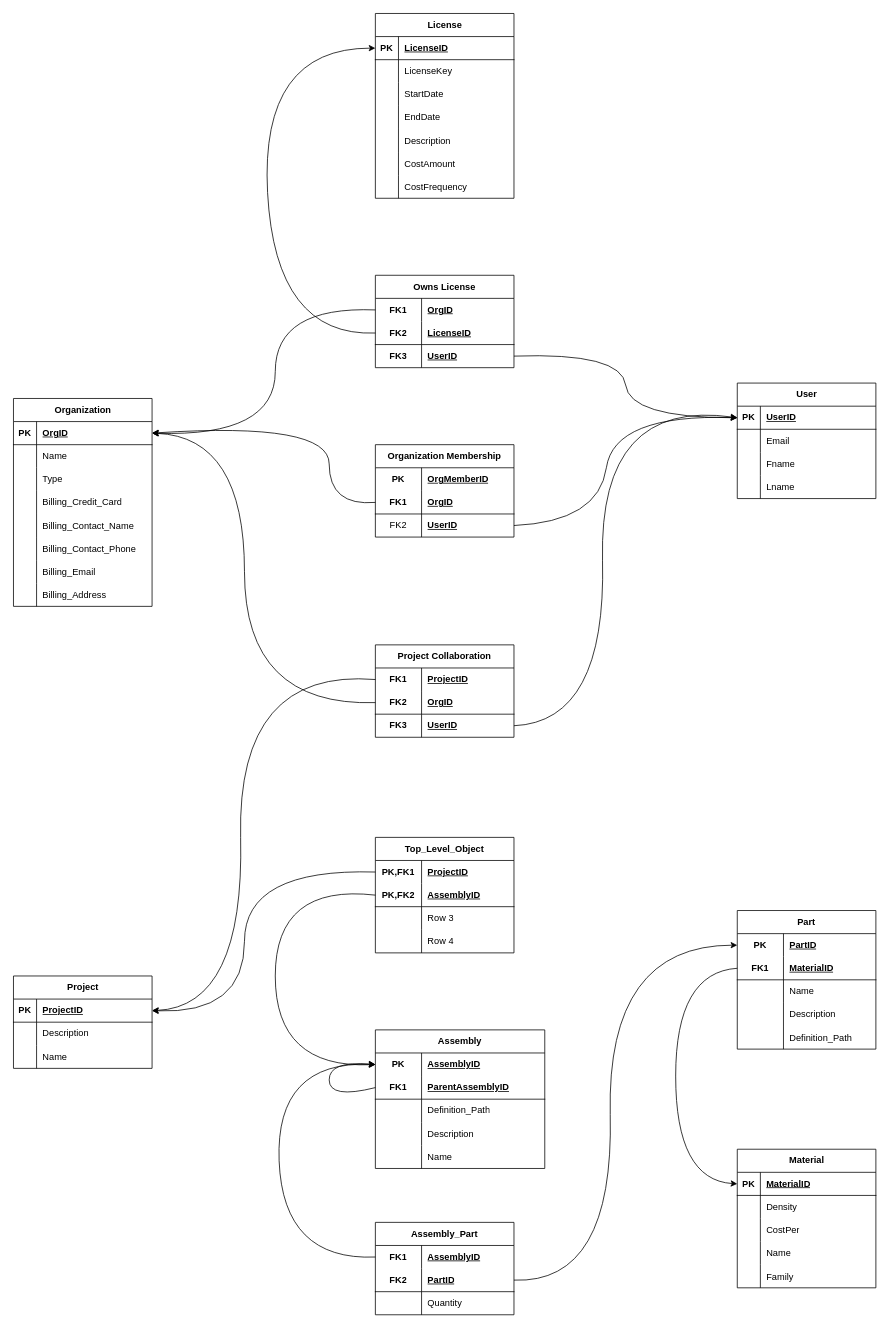
Before: page "Page-2" (2 of 2) of DBfinal.drawio in EricOrrDev/Diagrams, a draw.io diagram. Source tidied: cells renumbered, new cells numbered last; positions are measured from the earlier drawing's top-left corner, leaving out a move shared by most shapes. Both pictures are drawn from the tidied source at 77%, with x=0, y=0 at pixel (13, 13).
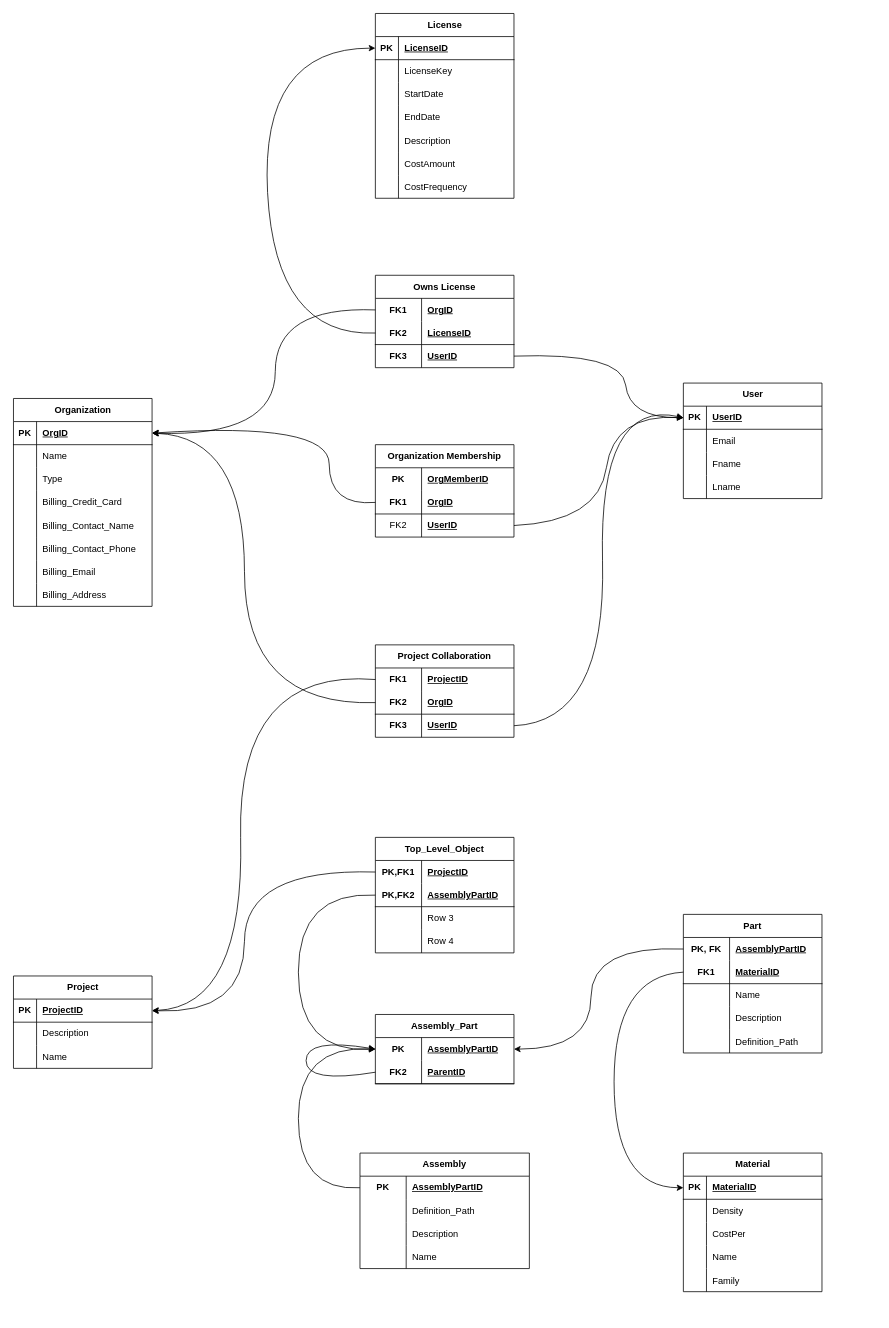
The same diagram, later.

The change refers to these unchanged cells:
```xml
<mxCell id="73" style="shape=tableRow;horizontal=0;startSize=0;swimlaneHead=0;swimlaneBody=0;fillColor=none;points=[[0,0.5],[1,0.5]];portConstraint=eastwest;top=0;left=0;right=0;bottom=1;" parent="72" vertex="1">
  <mxGeometry y="30" width="180" height="30" as="geometry" />
</mxCell>
<mxCell id="89" style="shape=tableRow;horizontal=0;startSize=0;swimlaneHead=0;swimlaneBody=0;fillColor=none;points=[[0,0.5],[1,0.5]];portConstraint=eastwest;top=0;left=0;right=0;bottom=0;html=1;" parent="88" vertex="1">
  <mxGeometry y="30" width="180" height="30" as="geometry" />
</mxCell>
<mxCell id="92" style="shape=tableRow;horizontal=0;startSize=0;swimlaneHead=0;swimlaneBody=0;fillColor=none;points=[[0,0.5],[1,0.5]];portConstraint=eastwest;top=0;left=0;right=0;bottom=1;html=1;" parent="88" vertex="1">
  <mxGeometry y="60" width="180" height="30" as="geometry" />
</mxCell>
<mxCell id="106" style="shape=tableRow;horizontal=0;startSize=0;swimlaneHead=0;swimlaneBody=0;fillColor=none;points=[[0,0.5],[1,0.5]];portConstraint=eastwest;top=0;left=0;right=0;bottom=0;html=1;" parent="105" vertex="1">
  <mxGeometry y="30" width="220" height="30" as="geometry" />
</mxCell>
<mxCell id="123" style="shape=tableRow;horizontal=0;startSize=0;swimlaneHead=0;swimlaneBody=0;fillColor=none;points=[[0,0.5],[1,0.5]];portConstraint=eastwest;top=0;left=0;right=0;bottom=0;html=1;" parent="122" vertex="1">
  <mxGeometry y="30" width="180" height="30" as="geometry" />
</mxCell>
<mxCell id="126" style="shape=tableRow;horizontal=0;startSize=0;swimlaneHead=0;swimlaneBody=0;fillColor=none;points=[[0,0.5],[1,0.5]];portConstraint=eastwest;top=0;left=0;right=0;bottom=1;html=1;" parent="122" vertex="1">
  <mxGeometry y="60" width="180" height="30" as="geometry" />
</mxCell>
<mxCell id="138" style="shape=tableRow;horizontal=0;startSize=0;swimlaneHead=0;swimlaneBody=0;fillColor=none;points=[[0,0.5],[1,0.5]];portConstraint=eastwest;top=0;left=0;right=0;bottom=1;html=1;" parent="134" vertex="1">
  <mxGeometry y="60" width="180" height="30" as="geometry" />
</mxCell>
```

Change to the diagram source:
```diff
@@
     <mxCell id="2" value="User" style="shape=table;startSize=30;childLayout=tableLayout;rowLines=0;fontStyle=1;align=center;html=1;" parent="1" vertex="1">
-      <mxGeometry x="940" y="480" width="180" height="150" as="geometry" />
+      <mxGeometry x="870" y="480" width="180" height="150" as="geometry" />
     </mxCell>
@@
     <mxCell id="72" value="Material" style="shape=table;startSize=30;childLayout=tableLayout;rowLines=0;fontStyle=1;align=center;html=1;" parent="1" vertex="1">
-      <mxGeometry x="940" y="1475" width="180" height="180" as="geometry" />
+      <mxGeometry x="870" y="1480" width="180" height="180" as="geometry" />
     </mxCell>
@@
     <mxCell id="88" value="Part" style="shape=table;startSize=30;childLayout=tableLayout;rowLines=0;fontStyle=1;align=center;html=1;whiteSpace=wrap;" parent="1" vertex="1">
-      <mxGeometry x="940" y="1165" width="180" height="180" as="geometry" />
+      <mxGeometry x="870" y="1170" width="180" height="180" as="geometry" />
     </mxCell>
@@
-    <mxCell id="90" value="PK" style="shape=partialRectangle;fillColor=none;top=0;left=0;bottom=0;right=0;fontStyle=1;overflow=hidden;html=1;whiteSpace=wrap;" parent="89" vertex="1">
+    <mxCell id="90" value="PK, FK" style="shape=partialRectangle;fillColor=none;top=0;left=0;bottom=0;right=0;fontStyle=1;overflow=hidden;html=1;whiteSpace=wrap;" parent="89" vertex="1">
       <mxGeometry width="60" height="30" as="geometry" />
     </mxCell>
-    <mxCell id="91" value="PartID" style="shape=partialRectangle;fillColor=none;top=0;left=0;bottom=0;right=0;align=left;spacingLeft=6;fontStyle=5;overflow=hidden;html=1;whiteSpace=wrap;" parent="89" vertex="1">
+    <mxCell id="91" value="AssemblyPartID" style="shape=partialRectangle;fillColor=none;top=0;left=0;bottom=0;right=0;align=left;spacingLeft=6;fontStyle=5;overflow=hidden;html=1;whiteSpace=wrap;" parent="89" vertex="1">
       <mxGeometry x="60" width="120" height="30" as="geometry" />
     </mxCell>
@@
     <mxCell id="104" style="curved=1;endArrow=classic;html=1;rounded=0;exitX=0;exitY=0.5;exitDx=0;exitDy=0;entryX=0;entryY=0.5;entryDx=0;entryDy=0;" parent="1" edge="1" source="92" target="73">
       <mxGeometry relative="1" as="geometry">
         <Array as="points">
-          <mxPoint x="860" y="1245" />
-          <mxPoint x="860" y="1515" />
+          <mxPoint x="780" y="1250" />
+          <mxPoint x="780" y="1525" />
         </Array>
       </mxGeometry>
     </mxCell>
     <mxCell id="105" value="Assembly" style="shape=table;startSize=30;childLayout=tableLayout;rowLines=0;fontStyle=1;align=center;html=1;whiteSpace=wrap;" parent="1" vertex="1">
-      <mxGeometry x="470" y="1320" width="220" height="180" as="geometry" />
+      <mxGeometry x="450" y="1480" width="220" height="150" as="geometry" />
     </mxCell>
@@
-    <mxCell id="108" value="AssemblyID" style="shape=partialRectangle;fillColor=none;top=0;left=0;bottom=0;right=0;align=left;spacingLeft=6;fontStyle=5;overflow=hidden;html=1;whiteSpace=wrap;" parent="106" vertex="1">
+    <mxCell id="108" value="AssemblyPartID" style="shape=partialRectangle;fillColor=none;top=0;left=0;bottom=0;right=0;align=left;spacingLeft=6;fontStyle=5;overflow=hidden;html=1;whiteSpace=wrap;" parent="106" vertex="1">
       <mxGeometry x="60" width="160" height="30" as="geometry" />
     </mxCell>
-    <mxCell id="109" style="shape=tableRow;horizontal=0;startSize=0;swimlaneHead=0;swimlaneBody=0;fillColor=none;points=[[0,0.5],[1,0.5]];portConstraint=eastwest;top=0;left=0;right=0;bottom=1;html=1;" parent="105" vertex="1">
-      <mxGeometry y="60" width="220" height="30" as="geometry" />
-    </mxCell>
-    <mxCell id="110" value="FK1" style="shape=partialRectangle;fillColor=none;top=0;left=0;bottom=0;right=0;fontStyle=1;overflow=hidden;html=1;whiteSpace=wrap;" parent="109" vertex="1">
-      <mxGeometry width="60" height="30" as="geometry" />
-    </mxCell>
-    <mxCell id="111" value="ParentAssemblyID" style="shape=partialRectangle;fillColor=none;top=0;left=0;bottom=0;right=0;align=left;spacingLeft=6;fontStyle=5;overflow=hidden;html=1;whiteSpace=wrap;" parent="109" vertex="1">
-      <mxGeometry x="60" width="160" height="30" as="geometry" />
-    </mxCell>
     <mxCell id="112" style="shape=tableRow;horizontal=0;startSize=0;swimlaneHead=0;swimlaneBody=0;fillColor=none;top=0;left=0;right=0;bottom=0;html=1;" parent="105" vertex="1">
-      <mxGeometry y="90" width="220" height="30" as="geometry" />
+      <mxGeometry y="60" width="220" height="30" as="geometry" />
     </mxCell>
@@
     <mxCell id="115" style="shape=tableRow;horizontal=0;startSize=0;swimlaneHead=0;swimlaneBody=0;fillColor=none;top=0;left=0;right=0;bottom=0;html=1;" parent="105" vertex="1">
-      <mxGeometry y="120" width="220" height="30" as="geometry" />
+      <mxGeometry y="90" width="220" height="30" as="geometry" />
     </mxCell>
@@
     <mxCell id="118" style="shape=tableRow;horizontal=0;startSize=0;swimlaneHead=0;swimlaneBody=0;fillColor=none;top=0;left=0;right=0;bottom=0;" parent="105" vertex="1">
-      <mxGeometry y="150" width="220" height="30" as="geometry" />
+      <mxGeometry y="120" width="220" height="30" as="geometry" />
     </mxCell>
@@
-    <mxCell id="121" style="curved=1;endArrow=classic;html=1;rounded=0;exitX=0;exitY=0.5;exitDx=0;exitDy=0;entryX=0;entryY=0.5;entryDx=0;entryDy=0;" parent="105" edge="1" source="109" target="106">
-      <mxGeometry relative="1" as="geometry">
-        <Array as="points">
-          <mxPoint x="-60" y="90" />
-          <mxPoint x="-60" y="40" />
-        </Array>
-      </mxGeometry>
-    </mxCell>
     <mxCell id="122" value="Assembly_Part" style="shape=table;startSize=30;childLayout=tableLayout;rowLines=0;fontStyle=1;align=center;html=1;whiteSpace=wrap;" parent="1" vertex="1">
-      <mxGeometry x="470" y="1570" width="180" height="120" as="geometry" />
+      <mxGeometry x="470" y="1300" width="180" height="90" as="geometry" />
     </mxCell>
@@
-    <mxCell id="124" value="FK1" style="shape=partialRectangle;fillColor=none;top=0;left=0;bottom=0;right=0;fontStyle=1;overflow=hidden;html=1;whiteSpace=wrap;" parent="123" vertex="1">
+    <mxCell id="124" value="PK" style="shape=partialRectangle;fillColor=none;top=0;left=0;bottom=0;right=0;fontStyle=1;overflow=hidden;html=1;whiteSpace=wrap;" parent="123" vertex="1">
       <mxGeometry width="60" height="30" as="geometry" />
     </mxCell>
-    <mxCell id="125" value="AssemblyID" style="shape=partialRectangle;fillColor=none;top=0;left=0;bottom=0;right=0;align=left;spacingLeft=6;fontStyle=5;overflow=hidden;html=1;whiteSpace=wrap;" parent="123" vertex="1">
+    <mxCell id="125" value="AssemblyPartID" style="shape=partialRectangle;fillColor=none;top=0;left=0;bottom=0;right=0;align=left;spacingLeft=6;fontStyle=5;overflow=hidden;html=1;whiteSpace=wrap;" parent="123" vertex="1">
       <mxGeometry x="60" width="120" height="30" as="geometry" />
     </mxCell>
@@
-    <mxCell id="128" value="PartID" style="shape=partialRectangle;fillColor=none;top=0;left=0;bottom=0;right=0;align=left;spacingLeft=6;fontStyle=5;overflow=hidden;html=1;whiteSpace=wrap;" parent="126" vertex="1">
+    <mxCell id="128" value="ParentID" style="shape=partialRectangle;fillColor=none;top=0;left=0;bottom=0;right=0;align=left;spacingLeft=6;fontStyle=5;overflow=hidden;html=1;whiteSpace=wrap;" parent="126" vertex="1">
       <mxGeometry x="60" width="120" height="30" as="geometry" />
     </mxCell>
-    <mxCell id="129" style="shape=tableRow;horizontal=0;startSize=0;swimlaneHead=0;swimlaneBody=0;fillColor=none;top=0;left=0;right=0;bottom=0;html=1;" parent="122" vertex="1">
-      <mxGeometry y="90" width="180" height="30" as="geometry" />
-    </mxCell>
-    <mxCell id="130" style="shape=partialRectangle;fillColor=none;top=0;left=0;bottom=0;right=0;overflow=hidden;html=1;whiteSpace=wrap;" parent="129" vertex="1">
-      <mxGeometry width="60" height="30" as="geometry" />
-    </mxCell>
-    <mxCell id="131" value="Quantity" style="shape=partialRectangle;fillColor=none;top=0;left=0;bottom=0;right=0;align=left;spacingLeft=6;overflow=hidden;html=1;whiteSpace=wrap;" parent="129" vertex="1">
-      <mxGeometry x="60" width="120" height="30" as="geometry" />
-    </mxCell>
-    <mxCell id="132" style="curved=1;endArrow=classic;html=1;rounded=0;entryX=0;entryY=0.5;entryDx=0;entryDy=0;exitX=0;exitY=0.5;exitDx=0;exitDy=0;" parent="1" edge="1" source="123" target="106">
-      <mxGeometry relative="1" as="geometry">
-        <Array as="points">
-          <mxPoint x="350" y="1620" />
-          <mxPoint x="340" y="1360" />
-        </Array>
-      </mxGeometry>
-    </mxCell>
-    <mxCell id="133" style="curved=1;endArrow=classic;html=1;rounded=0;exitX=1;exitY=0.5;exitDx=0;exitDy=0;entryX=0;entryY=0.5;entryDx=0;entryDy=0;" parent="1" edge="1" source="126" target="89">
-      <mxGeometry relative="1" as="geometry">
-        <Array as="points">
-          <mxPoint x="780" y="1650" />
-          <mxPoint x="770" y="1210" />
-        </Array>
-      </mxGeometry>
-    </mxCell>
+    <mxCell id="187" style="curved=1;endArrow=classic;html=1;rounded=0;exitX=0;exitY=0.5;exitDx=0;exitDy=0;entryX=0;entryY=0.5;entryDx=0;entryDy=0;" parent="122" edge="1" source="126" target="123">
+      <mxGeometry relative="1" as="geometry">
+        <Array as="points">
+          <mxPoint x="-90" y="90" />
+          <mxPoint x="-90" y="30" />
+        </Array>
+      </mxGeometry>
+    </mxCell>
@@
-    <mxCell id="140" value="AssemblyID" style="shape=partialRectangle;fillColor=none;top=0;left=0;bottom=0;right=0;align=left;spacingLeft=6;fontStyle=5;overflow=hidden;html=1;whiteSpace=wrap;" parent="138" vertex="1">
+    <mxCell id="140" value="AssemblyPartID" style="shape=partialRectangle;fillColor=none;top=0;left=0;bottom=0;right=0;align=left;spacingLeft=6;fontStyle=5;overflow=hidden;html=1;whiteSpace=wrap;" parent="138" vertex="1">
       <mxGeometry x="60" width="120" height="30" as="geometry" />
     </mxCell>
@@
-    <mxCell id="147" style="curved=1;endArrow=classic;html=1;rounded=0;exitX=0;exitY=0.5;exitDx=0;exitDy=0;entryX=0;entryY=0.5;entryDx=0;entryDy=0;" parent="1" edge="1" source="138" target="106">
-      <mxGeometry relative="1" as="geometry">
-        <Array as="points">
-          <mxPoint x="340" y="1130" />
-          <mxPoint x="340" y="1370" />
-        </Array>
-      </mxGeometry>
-    </mxCell>
@@
+    <mxCell id="121" style="curved=1;endArrow=classic;html=1;rounded=0;exitX=0;exitY=0.5;exitDx=0;exitDy=0;entryX=0;entryY=0.5;entryDx=0;entryDy=0;" parent="1" edge="1" source="106" target="123">
+      <mxGeometry relative="1" as="geometry">
+        <Array as="points">
+          <mxPoint x="370" y="1530" />
+          <mxPoint x="370" y="1340" />
+        </Array>
+      </mxGeometry>
+    </mxCell>
+    <mxCell id="188" style="curved=1;endArrow=classic;html=1;rounded=0;exitX=0;exitY=0.5;exitDx=0;exitDy=0;entryX=0;entryY=0.5;entryDx=0;entryDy=0;" parent="1" edge="1" source="138" target="123">
+      <mxGeometry relative="1" as="geometry">
+        <Array as="points">
+          <mxPoint x="370" y="1140" />
+          <mxPoint x="370" y="1350" />
+        </Array>
+      </mxGeometry>
+    </mxCell>
+    <mxCell id="189" style="curved=1;endArrow=classic;html=1;rounded=0;exitX=0;exitY=0.5;exitDx=0;exitDy=0;entryX=1;entryY=0.5;entryDx=0;entryDy=0;" parent="1" edge="1" source="89" target="123">
+      <mxGeometry relative="1" as="geometry">
+        <Array as="points">
+          <mxPoint x="750" y="1210" />
+          <mxPoint x="750" y="1345" />
+        </Array>
+      </mxGeometry>
+    </mxCell>
```
